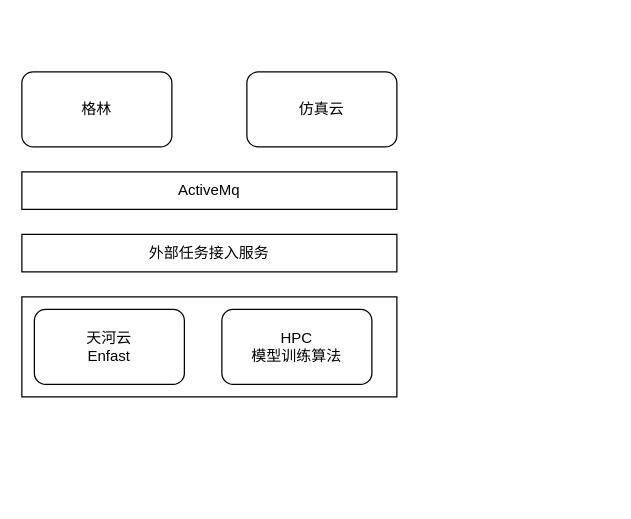
This is externalTask.drawio from tonyleifang/tony, a draw.io file, before an edit. Source tidied: cells renumbered, new cells numbered last; positions are measured from the earlier drawing's top-left corner, leaving out a move shared by most shapes. Both pictures are drawn from the tidied source at 125%, with x=0, y=0 at pixel (21, 71).
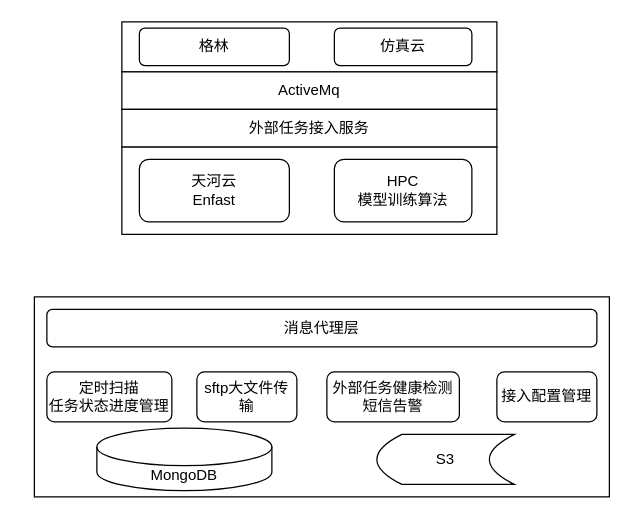
After the change.

Change to the diagram source:
```diff
@@
 <mxGraphModel>
   <root>
     <mxCell id="0" />
     <mxCell id="1" parent="0" />
+    <mxCell id="9" style="rounded=0;whiteSpace=wrap;html=1;" parent="1" vertex="1">
+      <mxGeometry x="80" y="-40" width="300" height="40" as="geometry" />
+    </mxCell>
     <mxCell id="2" value="格林" style="rounded=1;whiteSpace=wrap;html=1;" parent="1" vertex="1">
-      <mxGeometry width="120" height="60" as="geometry" />
+      <mxGeometry x="94" y="-35" width="120" height="30" as="geometry" />
     </mxCell>
     <mxCell id="3" value="仿真云" style="rounded=1;whiteSpace=wrap;html=1;" parent="1" vertex="1">
-      <mxGeometry x="180" width="120" height="60" as="geometry" />
+      <mxGeometry x="250" y="-35" width="110" height="30" as="geometry" />
     </mxCell>
     <mxCell id="4" value="ActiveMq" style="rounded=0;whiteSpace=wrap;html=1;" parent="1" vertex="1">
-      <mxGeometry y="80" width="300" height="30" as="geometry" />
+      <mxGeometry x="80" width="300" height="30" as="geometry" />
     </mxCell>
     <mxCell id="5" style="rounded=0;whiteSpace=wrap;html=1;" parent="1" vertex="1">
-      <mxGeometry y="180" width="300" height="80" as="geometry" />
+      <mxGeometry x="80" y="60" width="300" height="70" as="geometry" />
     </mxCell>
     <mxCell id="6" value="天河云&lt;br&gt;Enfast" style="rounded=1;whiteSpace=wrap;html=1;" parent="1" vertex="1">
-      <mxGeometry x="10" y="190" width="120" height="60" as="geometry" />
+      <mxGeometry x="94" y="70" width="120" height="50" as="geometry" />
     </mxCell>
     <mxCell id="7" value="外部任务接入服务" style="rounded=0;whiteSpace=wrap;html=1;" parent="1" vertex="1">
-      <mxGeometry y="130" width="300" height="30" as="geometry" />
+      <mxGeometry x="80" y="30" width="300" height="30" as="geometry" />
     </mxCell>
     <mxCell id="8" value="HPC&lt;br&gt;模型训练算法" style="rounded=1;whiteSpace=wrap;html=1;" parent="1" vertex="1">
-      <mxGeometry x="160" y="190" width="120" height="60" as="geometry" />
+      <mxGeometry x="250" y="70" width="110" height="50" as="geometry" />
     </mxCell>
+    <mxCell id="10" style="rounded=0;whiteSpace=wrap;html=1;" parent="1" vertex="1">
+      <mxGeometry x="10" y="180" width="460" height="160" as="geometry" />
+    </mxCell>
+    <mxCell id="11" value="消息代理层" style="rounded=1;whiteSpace=wrap;html=1;" parent="1" vertex="1">
+      <mxGeometry x="20" y="190" width="440" height="30" as="geometry" />
+    </mxCell>
+    <mxCell id="12" value="定时扫描&lt;br&gt;任务状态进度管理" style="rounded=1;whiteSpace=wrap;html=1;" parent="1" vertex="1">
+      <mxGeometry x="20" y="240" width="100" height="40" as="geometry" />
+    </mxCell>
+    <mxCell id="13" value="sftp大文件传输" style="rounded=1;whiteSpace=wrap;html=1;" parent="1" vertex="1">
+      <mxGeometry x="140" y="240" width="80" height="40" as="geometry" />
+    </mxCell>
+    <mxCell id="14" value="外部任务健康检测&lt;br&gt;短信告警" style="rounded=1;whiteSpace=wrap;html=1;" parent="1" vertex="1">
+      <mxGeometry x="244" y="240" width="106" height="40" as="geometry" />
+    </mxCell>
+    <mxCell id="15" value="接入配置管理" style="rounded=1;whiteSpace=wrap;html=1;" parent="1" vertex="1">
+      <mxGeometry x="380" y="240" width="80" height="40" as="geometry" />
+    </mxCell>
+    <mxCell id="16" value="S3" style="shape=dataStorage;whiteSpace=wrap;html=1;fixedSize=1;" parent="1" vertex="1">
+      <mxGeometry x="284" y="290" width="110" height="40" as="geometry" />
+    </mxCell>
+    <mxCell id="17" value="MongoDB" style="shape=cylinder3;whiteSpace=wrap;html=1;boundedLbl=1;backgroundOutline=1;size=15;" parent="1" vertex="1">
+      <mxGeometry x="60" y="285" width="140" height="50" as="geometry" />
+    </mxCell>
   </root>
 </mxGraphModel>
```
